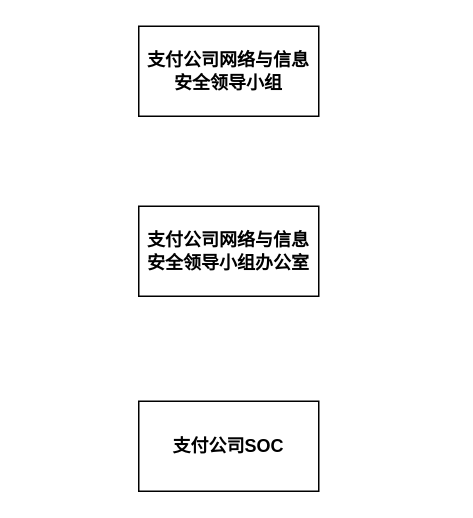
This is epaysoc.drawio from razor/1102_decoration, a draw.io file, before an edit. Source tidied: cells renumbered, new cells numbered last; positions are measured from the earlier drawing's top-left corner, leaving out a move shared by most shapes. Both pictures are drawn from the tidied source at 150%, with x=0, y=0 at pixel (138, 26).
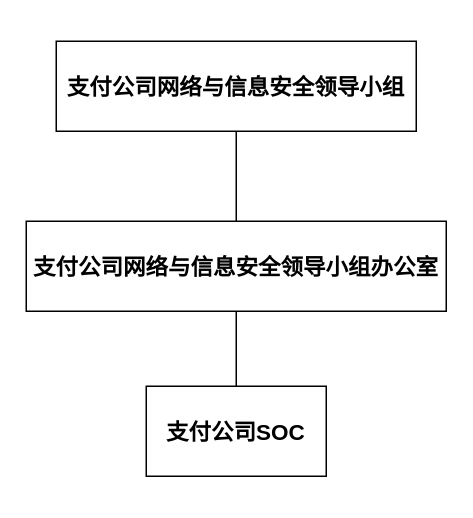
After the change.

Diff of the diagram source:
```diff
@@
 <mxGraphModel>
   <root>
     <mxCell id="0" />
     <mxCell id="1" parent="0" />
+    <mxCell id="5" style="edgeStyle=orthogonalEdgeStyle;rounded=0;jettySize=auto;html=1;exitX=0.5;exitY=1;exitDx=0;exitDy=0;endArrow=none;endFill=0;fontSize=15;" parent="1" edge="1" source="2" target="3">
+      <mxGeometry relative="1" as="geometry" />
+    </mxCell>
-    <mxCell id="2" value="支付公司网络与信息安全领导小组" style="rounded=0;whiteSpace=wrap;html=1;fontStyle=1;" parent="1" vertex="1">
-      <mxGeometry width="120" height="60" as="geometry" />
+    <mxCell id="2" value="支付公司网络与信息安全领导小组" style="rounded=0;whiteSpace=wrap;html=1;fontStyle=1;fontSize=15;" parent="1" vertex="1">
+      <mxGeometry x="-55" y="10" width="240" height="60" as="geometry" />
     </mxCell>
+    <mxCell id="6" style="edgeStyle=orthogonalEdgeStyle;rounded=0;jettySize=auto;html=1;exitX=0.5;exitY=1;exitDx=0;exitDy=0;entryX=0.5;entryY=0;entryDx=0;entryDy=0;endArrow=none;endFill=0;fontSize=15;" parent="1" edge="1" source="3" target="4">
+      <mxGeometry relative="1" as="geometry" />
+    </mxCell>
-    <mxCell id="3" value="支付公司网络与信息安全领导小组办公室" style="rounded=0;whiteSpace=wrap;html=1;fontStyle=1;" parent="1" vertex="1">
-      <mxGeometry y="120" width="120" height="60" as="geometry" />
+    <mxCell id="3" value="支付公司网络与信息安全领导小组办公室" style="rounded=0;whiteSpace=wrap;html=1;fontStyle=1;fontSize=15;" parent="1" vertex="1">
+      <mxGeometry x="-75" y="130" width="280" height="60" as="geometry" />
     </mxCell>
-    <mxCell id="4" value="支付公司SOC" style="rounded=0;whiteSpace=wrap;html=1;fontStyle=1;" parent="1" vertex="1">
-      <mxGeometry y="250" width="120" height="60" as="geometry" />
+    <mxCell id="4" value="支付公司SOC" style="rounded=0;whiteSpace=wrap;html=1;fontStyle=1;fontSize=15;" parent="1" vertex="1">
+      <mxGeometry x="5" y="240" width="120" height="60" as="geometry" />
     </mxCell>
   </root>
 </mxGraphModel>
```
